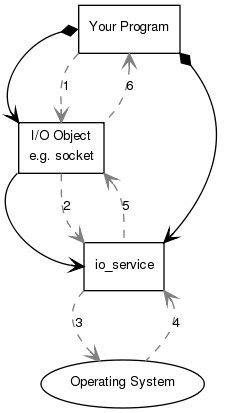
Earlier version of the Graphviz export doc/overview/sync_op.png (boostorg/asio). Its source is kept beside it as doc/overview/sync_op.dot. Its diagram source:
```dot
digraph g
{
  graph
    [
      nodesep="0.6"
    ];

  edge
    [
      fontname="Helvetica",
      fontsize=10,
      labelfontname="Helvetica",
      labelfontsize=10
    ];

  node
    [
      fontname="Helvetica",
      fontsize=10,
      shape=box
    ];

  edge
    [
      arrowhead="open"
    ]

  {
    operating_system [ label="Operating System", shape=ellipse ];
    io_service [ label="io_service" ];
    io_object [ label="I/O Object\ne.g. socket" ];
    your_program [ label="Your Program" ];
  }

  {
    edge [ arrowtail="diamond" ];
    your_program:w -> io_object:nw;
    your_program:se -> io_service:ne;
  }

  {
    io_object:sw -> io_service:w;
  }

  {
    edge [ style="dashed", color="#808080" ];

    {
      your_program:sw -> io_object:n [ label="1" ];
      io_object:s -> io_service:nw [ label="2" ];
      io_service:sw -> operating_system:nw [ label="3" ];
    }

    {
      edge [ arrowhead="none", arrowtail="open" ];
      io_service:se -> operating_system:ne [ label="4" ];
      io_object:se -> io_service:n [ label="5" ];
      your_program:s -> io_object:ne [ label="6" ];
    }
  }
}
```
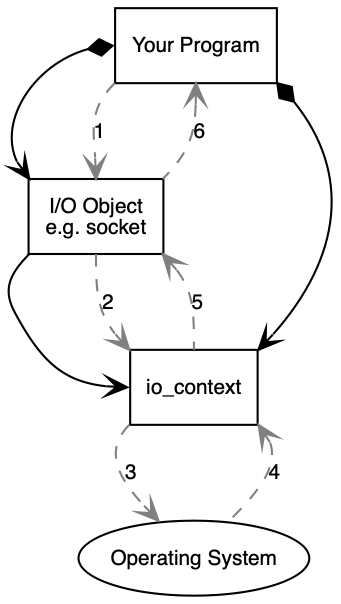
The same file after the commit.

Commit message:
rename io_service to io_context in dot graphs, add a Makefile to generate PNG images from dot graphs.

Change to the diagram source:
```diff
@@ -27,19 +27,19 @@
 
   {
     operating_system [ label="Operating System", shape=ellipse ];
-    io_service [ label="io_service" ];
+    io_context [ label="io_context" ];
     io_object [ label="I/O Object\ne.g. socket" ];
     your_program [ label="Your Program" ];
   }
 
   {
-    edge [ arrowtail="diamond" ];
+    edge [ arrowtail=diamond, dir=both ];
     your_program:w -> io_object:nw;
-    your_program:se -> io_service:ne;
+    your_program:se -> io_context:ne;
   }
 
   {
-    io_object:sw -> io_service:w;
+    io_object:sw -> io_context:w;
   }
 
   {
@@ -47,14 +47,14 @@
 
     {
       your_program:sw -> io_object:n [ label="1" ];
-      io_object:s -> io_service:nw [ label="2" ];
-      io_service:sw -> operating_system:nw [ label="3" ];
+      io_object:s -> io_context:nw [ label="2" ];
+      io_context:sw -> operating_system:nw [ label="3" ];
     }
 
     {
-      edge [ arrowhead="none", arrowtail="open" ];
-      io_service:se -> operating_system:ne [ label="4" ];
-      io_object:se -> io_service:n [ label="5" ];
+      edge [ arrowhead=none, arrowtail=open, dir=both ];
+      io_context:se -> operating_system:ne [ label="4" ];
+      io_object:se -> io_context:n [ label="5" ];
       your_program:s -> io_object:ne [ label="6" ];
     }
   }
```
